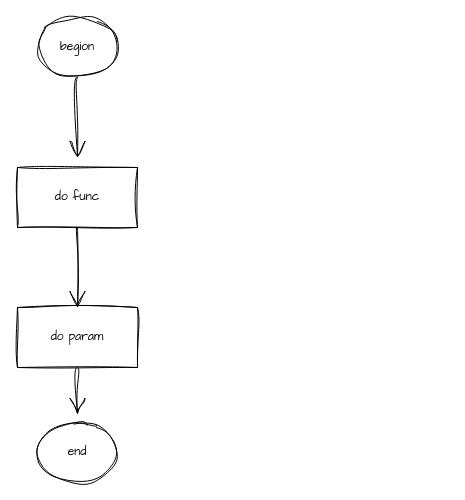
Before: 架构流程图.drawio in herozdz/drawio, a draw.io diagram. Source tidied: cells renumbered, new cells numbered last; positions are measured from the earlier drawing's top-left corner, leaving out a move shared by most shapes. Both pictures are drawn from the tidied source at 100%, with x=0, y=0 at pixel (17, 17).
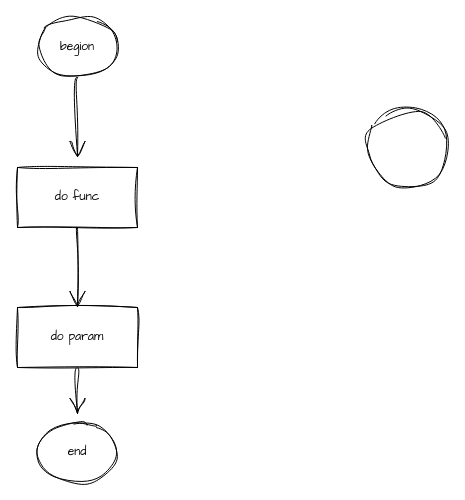
The same diagram, later.

Commit message:
更新架构流程图.drawio

What changed in the source:
```diff
@@
 <mxGraphModel>
   <root>
     <mxCell id="0" />
     <mxCell id="1" parent="0" />
     <mxCell id="2" style="edgeStyle=none;curved=1;rounded=0;sketch=1;hachureGap=4;jiggle=2;curveFitting=1;jettySize=auto;html=1;exitX=0.5;exitY=1;exitDx=0;exitDy=0;fontFamily=Architects Daughter;fontSize=16;startSize=14;endArrow=open;endSize=14;sourcePerimeterSpacing=8;targetPerimeterSpacing=8;" parent="1" edge="1" source="3">
       <mxGeometry relative="1" as="geometry">
         <mxPoint x="60" y="140" as="targetPoint" />
       </mxGeometry>
     </mxCell>
     <mxCell id="3" value="begion" style="ellipse;whiteSpace=wrap;html=1;sketch=1;hachureGap=4;jiggle=2;curveFitting=1;fontFamily=Architects Daughter;" parent="1" vertex="1">
       <mxGeometry x="20" width="80" height="60" as="geometry" />
     </mxCell>
     <mxCell id="4" style="edgeStyle=none;curved=1;rounded=0;sketch=1;hachureGap=4;jiggle=2;curveFitting=1;jettySize=auto;html=1;exitX=0.5;exitY=1;exitDx=0;exitDy=0;fontFamily=Architects Daughter;fontSize=16;startSize=14;endArrow=open;endSize=14;sourcePerimeterSpacing=8;targetPerimeterSpacing=8;" parent="1" edge="1" source="5">
       <mxGeometry relative="1" as="geometry">
         <mxPoint x="60" y="290" as="targetPoint" />
       </mxGeometry>
     </mxCell>
     <mxCell id="5" value="do func" style="whiteSpace=wrap;html=1;sketch=1;hachureGap=4;jiggle=2;curveFitting=1;fontFamily=Architects Daughter;" parent="1" vertex="1">
       <mxGeometry y="150" width="120" height="60" as="geometry" />
     </mxCell>
     <mxCell id="6" style="edgeStyle=none;curved=1;rounded=0;sketch=1;hachureGap=4;jiggle=2;curveFitting=1;jettySize=auto;html=1;exitX=0.5;exitY=1;exitDx=0;exitDy=0;fontFamily=Architects Daughter;fontSize=16;startSize=14;endArrow=open;endSize=14;sourcePerimeterSpacing=8;targetPerimeterSpacing=8;" parent="1" edge="1" source="7" target="8">
       <mxGeometry relative="1" as="geometry" />
     </mxCell>
     <mxCell id="7" value="do param" style="whiteSpace=wrap;html=1;sketch=1;hachureGap=4;jiggle=2;curveFitting=1;fontFamily=Architects Daughter;" parent="1" vertex="1">
       <mxGeometry y="290" width="120" height="60" as="geometry" />
     </mxCell>
     <mxCell id="8" value="end" style="ellipse;whiteSpace=wrap;html=1;sketch=1;hachureGap=4;jiggle=2;curveFitting=1;fontFamily=Architects Daughter;" parent="1" vertex="1">
       <mxGeometry x="20" y="405" width="80" height="60" as="geometry" />
     </mxCell>
+    <mxCell id="9" style="ellipse;whiteSpace=wrap;html=1;sketch=1;hachureGap=4;jiggle=2;curveFitting=1;fontFamily=Architects Daughter;" parent="1" vertex="1">
+      <mxGeometry x="350" y="90" width="80" height="80" as="geometry" />
+    </mxCell>
   </root>
 </mxGraphModel>
```
